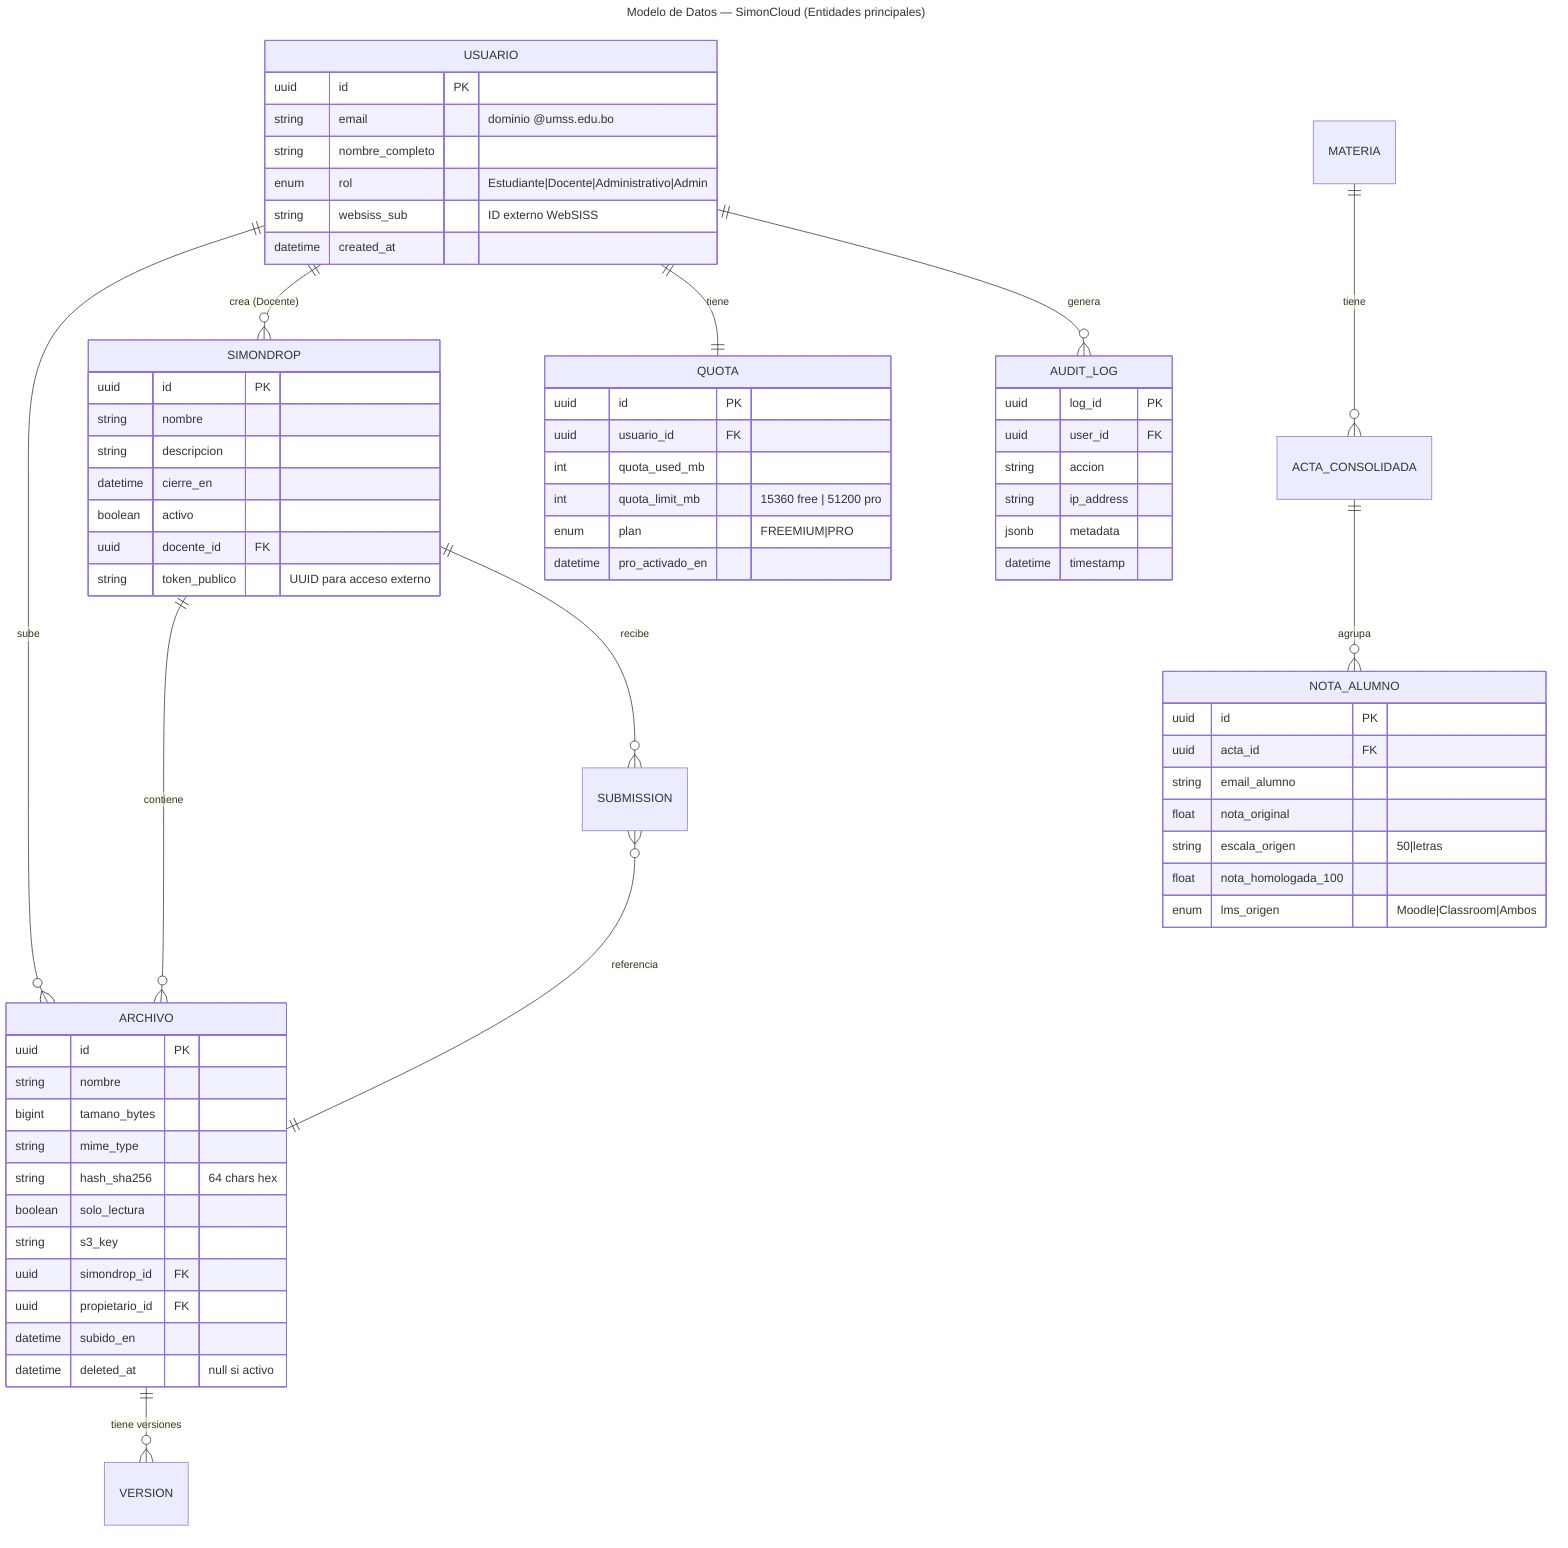
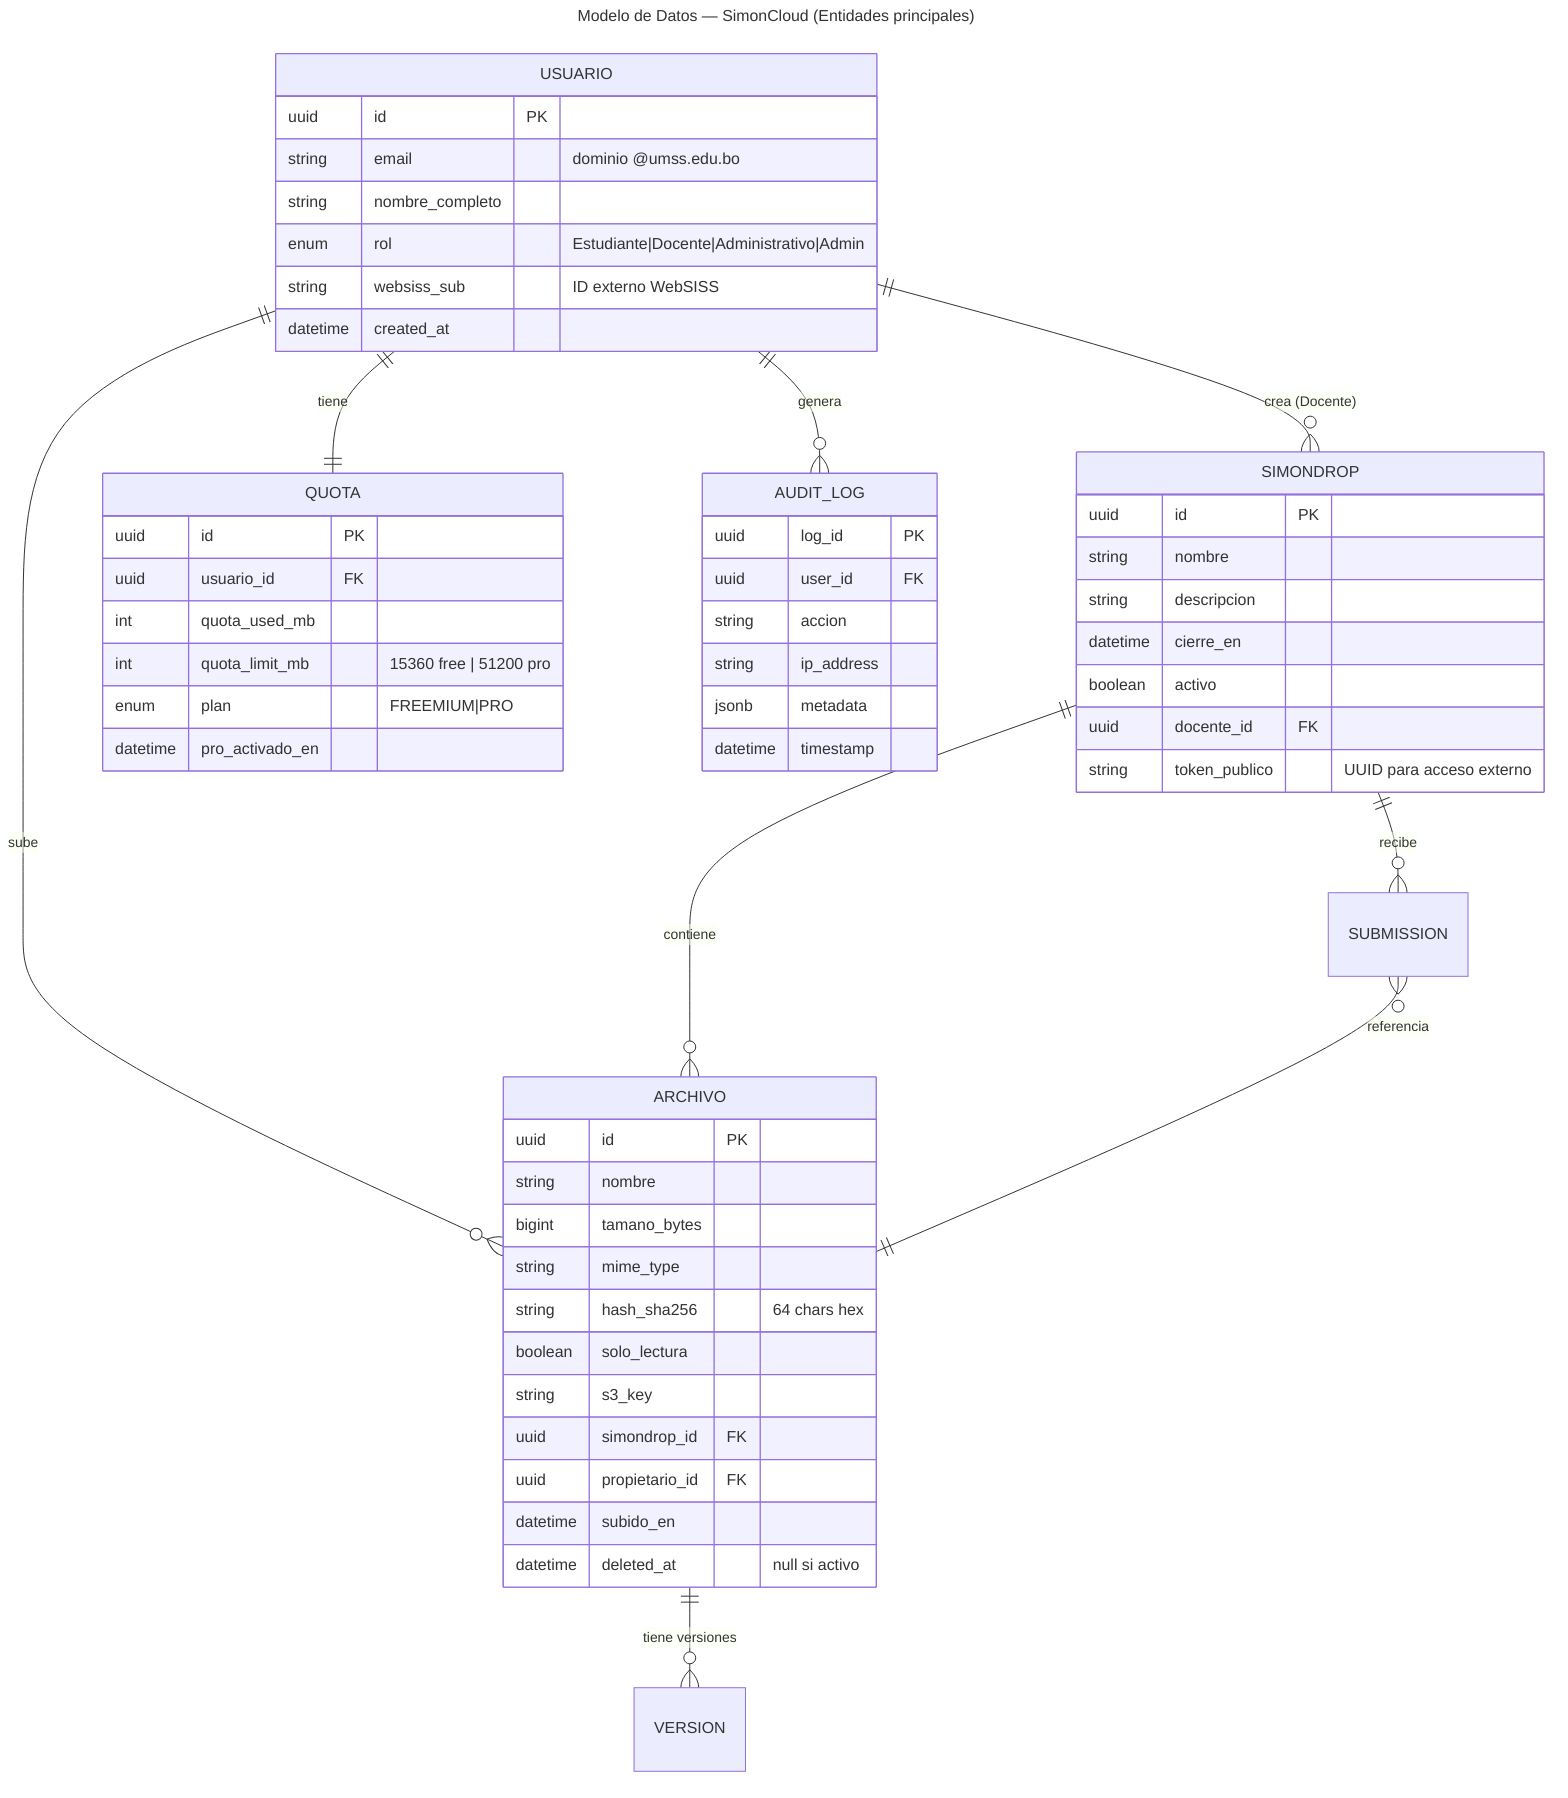
---
title: "Modelo de Datos — SimonCloud (Entidades principales)"
---
erDiagram
    USUARIO ||--o{ ARCHIVO : "sube"
    USUARIO ||--o{ SIMONDROP : "crea (Docente)"
    USUARIO ||--|| QUOTA : "tiene"
    SIMONDROP ||--o{ ARCHIVO : "contiene"
    SIMONDROP ||--o{ SUBMISSION : "recibe"
    SUBMISSION }o--|| ARCHIVO : "referencia"
-     MATERIA ||--o{ ACTA_CONSOLIDADA : "tiene"
-     ACTA_CONSOLIDADA ||--o{ NOTA_ALUMNO : "agrupa"
    ARCHIVO ||--o{ VERSION : "tiene versiones"
    USUARIO ||--o{ AUDIT_LOG : "genera"

    USUARIO {
        uuid id PK
        string email "dominio @umss.edu.bo"
        string nombre_completo
        enum rol "Estudiante|Docente|Administrativo|Admin"
        string websiss_sub "ID externo WebSISS"
        datetime created_at
    }

    ARCHIVO {
        uuid id PK
        string nombre
        bigint tamano_bytes
        string mime_type
        string hash_sha256 "64 chars hex"
        boolean solo_lectura
        string s3_key
        uuid simondrop_id FK
        uuid propietario_id FK
        datetime subido_en
        datetime deleted_at "null si activo"
    }

    SIMONDROP {
        uuid id PK
        string nombre
        string descripcion
        datetime cierre_en
        boolean activo
        uuid docente_id FK
        string token_publico "UUID para acceso externo"
    }

    QUOTA {
        uuid id PK
        uuid usuario_id FK
        int quota_used_mb
        int quota_limit_mb "15360 free | 51200 pro"
        enum plan "FREEMIUM|PRO"
        datetime pro_activado_en
    }

-     NOTA_ALUMNO {
-         uuid id PK
-         uuid acta_id FK
-         string email_alumno
-         float nota_original
-         string escala_origen "50|letras"
-         float nota_homologada_100
-         enum lms_origen "Moodle|Classroom|Ambos"
-     }
- 
    AUDIT_LOG {
        uuid log_id PK
        uuid user_id FK
        string accion
        string ip_address
        jsonb metadata
        datetime timestamp
    }
